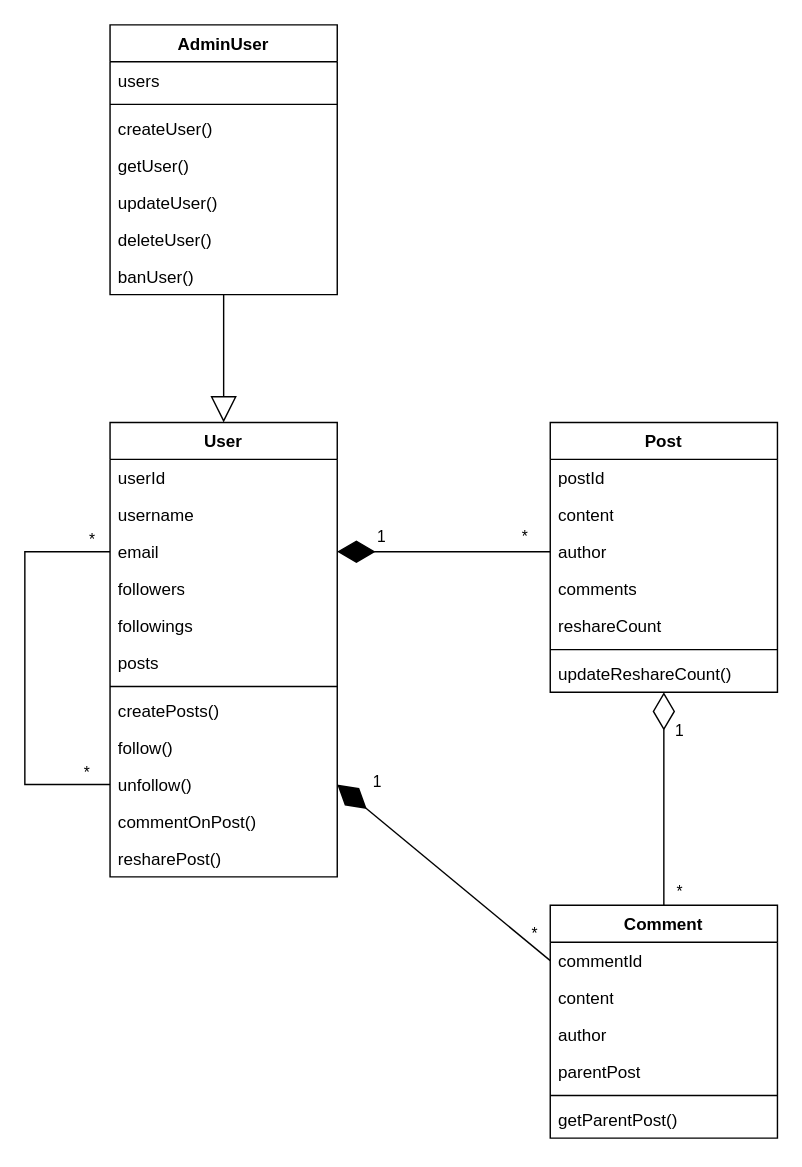
The draw.io diagram social_network.drawio in jilv220/UMLs, before the edit. Source tidied: cells renumbered, new cells numbered last; positions are measured from the earlier drawing's top-left corner, leaving out a move shared by most shapes. Both pictures are drawn from the tidied source at 142%, with x=0, y=0 at pixel (24, 24).
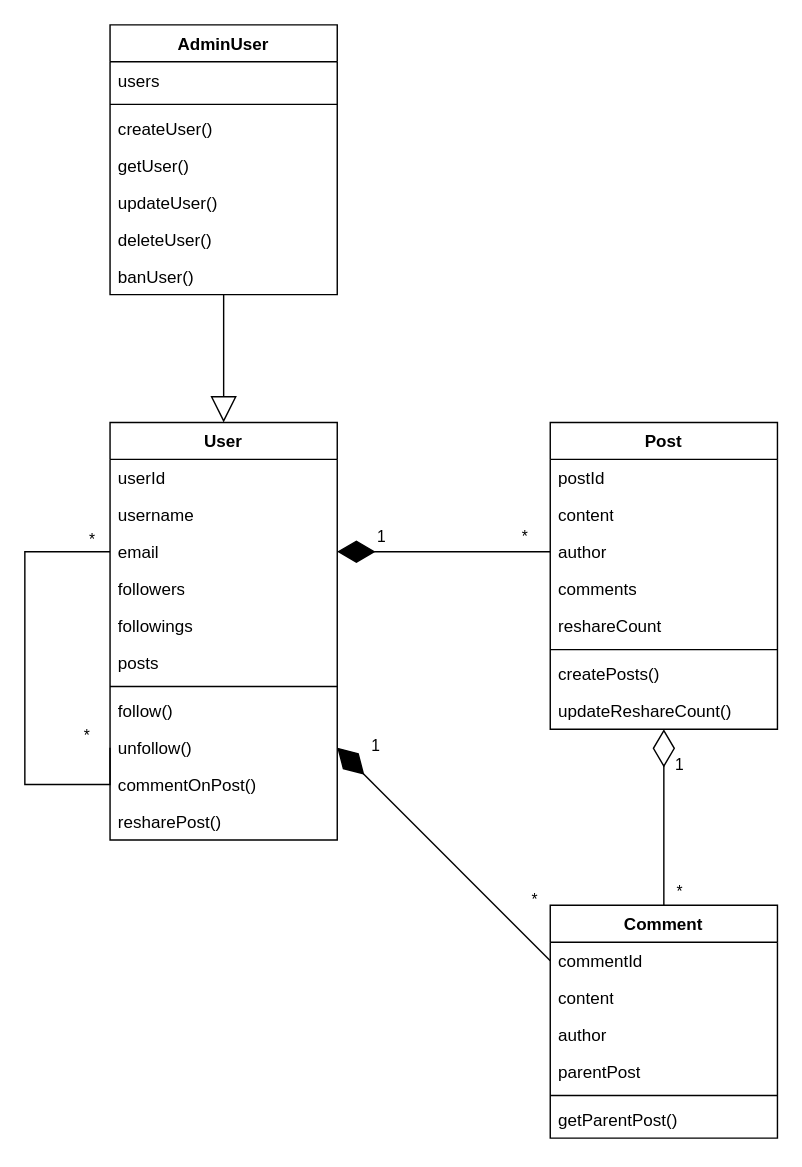
The same diagram, later.

Unchanged cells that the change refers to:
```xml
<mxCell id="48" style="endArrow=diamondThin;endFill=0;endSize=24;html=1;rounded=0;entryX=0.5;entryY=1;entryDx=0;entryDy=0;exitX=0.5;exitY=0;exitDx=0;exitDy=0;" parent="1" edge="1" source="18" target="25">
  <mxGeometry relative="1" as="geometry" />
</mxCell>
```

Diff of the diagram source:
```diff
@@
     <mxCell id="2" value="User" style="swimlane;fontStyle=1;align=center;verticalAlign=top;horizontal=1;startSize=26;whiteSpace=wrap;html=1;" parent="1" vertex="1">
-      <mxGeometry x="60" y="280" width="160" height="320" as="geometry" />
+      <mxGeometry x="60" y="280" width="160" height="294" as="geometry" />
     </mxCell>
@@
-    <mxCell id="10" value="createPosts()" style="text;strokeColor=none;fillColor=none;align=left;verticalAlign=top;spacingLeft=4;spacingRight=4;overflow=hidden;whiteSpace=wrap;html=1;" parent="2" vertex="1">
-      <mxGeometry y="190" width="160" height="26" as="geometry" />
-    </mxCell>
     <mxCell id="11" value="follow()" style="text;strokeColor=none;fillColor=none;align=left;verticalAlign=top;spacingLeft=4;spacingRight=4;overflow=hidden;whiteSpace=wrap;html=1;" parent="2" vertex="1">
-      <mxGeometry y="216" width="160" height="26" as="geometry" />
+      <mxGeometry y="190" width="160" height="26" as="geometry" />
     </mxCell>
     <mxCell id="12" value="unfollow()" style="text;strokeColor=none;fillColor=none;align=left;verticalAlign=top;spacingLeft=4;spacingRight=4;overflow=hidden;points=[[0,0.5],[1,0.5]];portConstraint=eastwest;whiteSpace=wrap;html=1;" parent="2" vertex="1">
-      <mxGeometry y="242" width="160" height="26" as="geometry" />
+      <mxGeometry y="216" width="160" height="26" as="geometry" />
     </mxCell>
     <mxCell id="13" value="commentOnPost()" style="text;strokeColor=none;fillColor=none;align=left;verticalAlign=top;spacingLeft=4;spacingRight=4;overflow=hidden;whiteSpace=wrap;html=1;" parent="2" vertex="1">
-      <mxGeometry y="268" width="160" height="26" as="geometry" />
+      <mxGeometry y="242" width="160" height="26" as="geometry" />
     </mxCell>
     <mxCell id="14" value="resharePost()" style="text;strokeColor=none;fillColor=none;align=left;verticalAlign=top;spacingLeft=4;spacingRight=4;overflow=hidden;whiteSpace=wrap;html=1;" parent="2" vertex="1">
-      <mxGeometry y="294" width="160" height="26" as="geometry" />
+      <mxGeometry y="268" width="160" height="26" as="geometry" />
     </mxCell>
@@
     <mxCell id="25" value="Post" style="swimlane;fontStyle=1;align=center;verticalAlign=top;horizontal=1;startSize=26;whiteSpace=wrap;html=1;" parent="1" vertex="1">
-      <mxGeometry x="370" y="280" width="160" height="190" as="geometry" />
+      <mxGeometry x="370" y="280" width="160" height="216" as="geometry" />
     </mxCell>
@@
+    <mxCell id="10" value="createPosts()" style="text;strokeColor=none;fillColor=none;align=left;verticalAlign=top;spacingLeft=4;spacingRight=4;overflow=hidden;whiteSpace=wrap;html=1;" parent="25" vertex="1">
+      <mxGeometry y="164" width="160" height="26" as="geometry" />
+    </mxCell>
     <mxCell id="32" value="updateReshareCount()" style="text;strokeColor=none;fillColor=none;align=left;verticalAlign=top;spacingLeft=4;spacingRight=4;overflow=hidden;whiteSpace=wrap;html=1;" parent="25" vertex="1">
-      <mxGeometry y="164" width="160" height="26" as="geometry" />
+      <mxGeometry y="190" width="160" height="26" as="geometry" />
     </mxCell>
@@
     <mxCell id="50" value="*" style="edgeLabel;html=1;align=center;verticalAlign=middle;" parent="48" vertex="1">
       <mxGeometry x="0.8" y="-2" relative="1" as="geometry">
-        <mxPoint x="8" y="125" as="offset" />
+        <mxPoint x="8" y="102" as="offset" />
       </mxGeometry>
     </mxCell>
```
